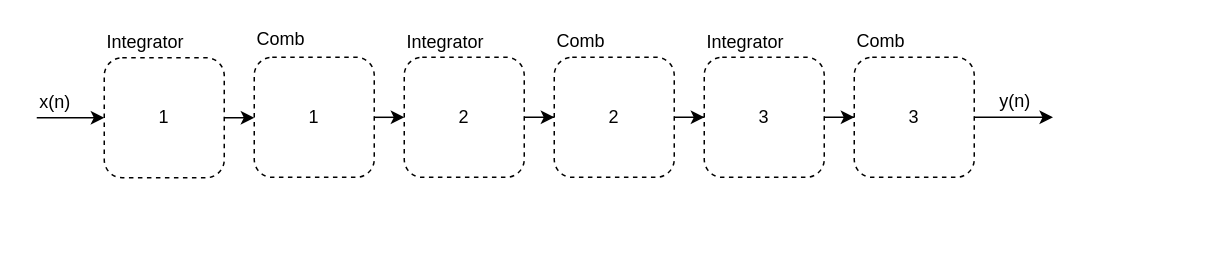
Above: page "cascaded_integrators_and_combs" (4 of 8) of assets/pdm/moving_average_filters.drawio in tomverbeure/tomverbeure.github.io (draw.io), before the change. Source tidied: cells renumbered, new cells numbered last; positions are measured from the earlier drawing's top-left corner, leaving out a move shared by most shapes. Both pictures are drawn from the tidied source at 150%, with x=0, y=0 at pixel (28, 24).
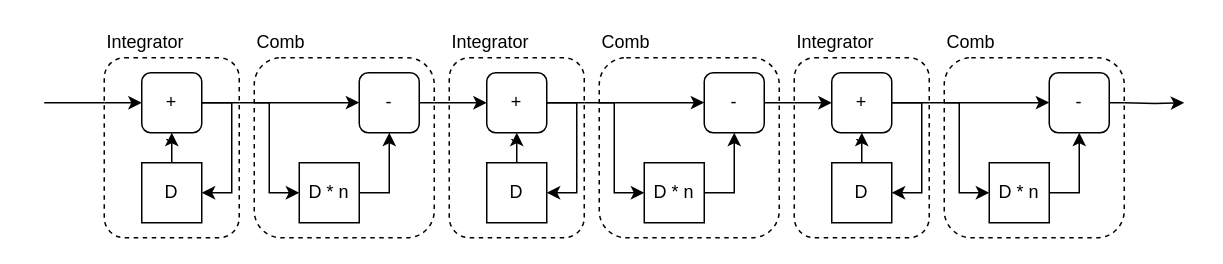
After the change.

Change to the diagram source:
```diff
@@
-    <mxCell id="2" style="edgeStyle=orthogonalEdgeStyle;rounded=0;jettySize=auto;html=1;exitX=1;exitY=0.5;exitDx=0;exitDy=0;" parent="1" edge="1" source="3" target="6">
-      <mxGeometry relative="1" as="geometry" />
-    </mxCell>
+    <mxCell id="26" style="edgeStyle=orthogonalEdgeStyle;rounded=0;orthogonalLoop=1;jettySize=auto;html=1;exitX=1;exitY=0.5;exitDx=0;exitDy=0;endArrow=classic;endFill=1;" parent="1" edge="1">
+      <mxGeometry relative="1" as="geometry">
+        <mxPoint x="730" y="52" as="sourcePoint" />
+        <mxPoint x="770" y="52" as="targetPoint" />
+      </mxGeometry>
+    </mxCell>
+    <mxCell id="27" style="group;" parent="1" vertex="1">
+      <mxGeometry x="50" y="2" width="100" height="140" as="geometry" />
+    </mxCell>
+    <mxCell id="4" value="Integrator" style="text;html=1;strokeColor=none;fillColor=none;align=left;verticalAlign=middle;whiteSpace=wrap;rounded=0;dashed=1;" parent="27" vertex="1">
+      <mxGeometry width="90" height="20" as="geometry" />
+    </mxCell>
+    <mxCell id="28" style="group;" parent="27" vertex="1">
+      <mxGeometry y="30" width="100" height="110" as="geometry" />
+    </mxCell>
+    <mxCell id="29" style="group;" parent="28" vertex="1">
+      <mxGeometry width="100" height="110" as="geometry" />
+    </mxCell>
-    <mxCell id="3" value="1" style="rounded=1;whiteSpace=wrap;html=1;fillColor=none;dashed=1;" parent="1" vertex="1">
-      <mxGeometry x="50" y="22" width="80" height="80" as="geometry" />
+    <mxCell id="3" value="``" style="rounded=1;whiteSpace=wrap;html=1;fillColor=none;dashed=1;" parent="29" vertex="1">
+      <mxGeometry y="-10" width="90" height="120" as="geometry" />
     </mxCell>
-    <mxCell id="4" value="Integrator" style="text;html=1;strokeColor=none;fillColor=none;align=left;verticalAlign=middle;whiteSpace=wrap;rounded=0;dashed=1;" parent="1" vertex="1">
-      <mxGeometry x="50" y="2" width="100" height="20" as="geometry" />
-    </mxCell>
-    <mxCell id="5" style="edgeStyle=orthogonalEdgeStyle;rounded=0;jettySize=auto;html=1;exitX=1;exitY=0.5;exitDx=0;exitDy=0;entryX=0;entryY=0.5;entryDx=0;entryDy=0;" parent="1" edge="1" source="6" target="12">
-      <mxGeometry relative="1" as="geometry" />
-    </mxCell>
-    <mxCell id="6" value="1" style="rounded=1;whiteSpace=wrap;html=1;fillColor=none;dashed=1;" parent="1" vertex="1">
-      <mxGeometry x="150" y="21.7" width="80" height="80" as="geometry" />
-    </mxCell>
-    <mxCell id="7" value="Comb" style="text;html=1;strokeColor=none;fillColor=none;align=left;verticalAlign=middle;whiteSpace=wrap;rounded=0;dashed=1;" parent="1" vertex="1">
-      <mxGeometry x="150" y="0.1" width="100" height="20" as="geometry" />
-    </mxCell>
-    <mxCell id="8" value="x(n)" style="text;html=1;strokeColor=none;fillColor=none;align=center;verticalAlign=middle;whiteSpace=wrap;rounded=0;" parent="1" vertex="1">
-      <mxGeometry y="42" width="35" height="20" as="geometry" />
-    </mxCell>
-    <mxCell id="9" style="edgeStyle=orthogonalEdgeStyle;rounded=0;orthogonalLoop=1;jettySize=auto;html=1;" parent="1" edge="1">
-      <mxGeometry relative="1" as="geometry">
-        <mxPoint x="5" y="62" as="sourcePoint" />
-        <mxPoint x="50" y="62" as="targetPoint" />
-        <Array as="points">
-          <mxPoint x="25" y="62" />
-        </Array>
-      </mxGeometry>
-    </mxCell>
-    <mxCell id="10" style="edgeStyle=orthogonalEdgeStyle;rounded=0;orthogonalLoop=1;jettySize=auto;html=1;exitX=0.5;exitY=1;exitDx=0;exitDy=0;" parent="1" edge="1" source="6" target="6">
-      <mxGeometry relative="1" as="geometry" />
-    </mxCell>
-    <mxCell id="11" style="edgeStyle=orthogonalEdgeStyle;rounded=0;jettySize=auto;html=1;" parent="1" edge="1" source="12" target="15">
-      <mxGeometry relative="1" as="geometry" />
-    </mxCell>
-    <mxCell id="12" value="2" style="rounded=1;whiteSpace=wrap;html=1;fillColor=none;dashed=1;" parent="1" vertex="1">
-      <mxGeometry x="250" y="21.7" width="80" height="80" as="geometry" />
-    </mxCell>
-    <mxCell id="13" value="Integrator" style="text;html=1;strokeColor=none;fillColor=none;align=left;verticalAlign=middle;whiteSpace=wrap;rounded=0;dashed=1;" parent="1" vertex="1">
-      <mxGeometry x="250" y="1.7" width="100" height="20" as="geometry" />
-    </mxCell>
-    <mxCell id="14" style="edgeStyle=orthogonalEdgeStyle;rounded=0;jettySize=auto;html=1;" parent="1" edge="1" source="15" target="19">
-      <mxGeometry relative="1" as="geometry" />
-    </mxCell>
-    <mxCell id="15" value="2" style="rounded=1;whiteSpace=wrap;html=1;fillColor=none;dashed=1;" parent="1" vertex="1">
-      <mxGeometry x="350" y="21.7" width="80" height="80" as="geometry" />
-    </mxCell>
-    <mxCell id="16" value="Comb" style="text;html=1;strokeColor=none;fillColor=none;align=left;verticalAlign=middle;whiteSpace=wrap;rounded=0;dashed=1;" parent="1" vertex="1">
-      <mxGeometry x="350" y="0.9" width="100" height="20" as="geometry" />
-    </mxCell>
-    <mxCell id="17" style="edgeStyle=orthogonalEdgeStyle;rounded=0;orthogonalLoop=1;jettySize=auto;html=1;exitX=0.5;exitY=1;exitDx=0;exitDy=0;" parent="1" edge="1" source="15" target="15">
-      <mxGeometry relative="1" as="geometry" />
-    </mxCell>
-    <mxCell id="18" style="edgeStyle=orthogonalEdgeStyle;rounded=0;jettySize=auto;html=1;" parent="1" edge="1" source="19" target="21">
-      <mxGeometry relative="1" as="geometry" />
-    </mxCell>
-    <mxCell id="19" value="3" style="rounded=1;whiteSpace=wrap;html=1;fillColor=none;dashed=1;" parent="1" vertex="1">
-      <mxGeometry x="450" y="21.7" width="80" height="80" as="geometry" />
-    </mxCell>
-    <mxCell id="20" value="Integrator" style="text;html=1;strokeColor=none;fillColor=none;align=left;verticalAlign=middle;whiteSpace=wrap;rounded=0;dashed=1;" parent="1" vertex="1">
-      <mxGeometry x="450" y="1.7" width="100" height="20" as="geometry" />
-    </mxCell>
-    <mxCell id="21" value="3" style="rounded=1;whiteSpace=wrap;html=1;fillColor=none;dashed=1;" parent="1" vertex="1">
-      <mxGeometry x="550" y="21.7" width="80" height="80" as="geometry" />
-    </mxCell>
-    <mxCell id="22" value="Comb" style="text;html=1;strokeColor=none;fillColor=none;align=left;verticalAlign=middle;whiteSpace=wrap;rounded=0;dashed=1;" parent="1" vertex="1">
-      <mxGeometry x="550" y="0.9" width="100" height="20" as="geometry" />
-    </mxCell>
-    <mxCell id="23" style="edgeStyle=orthogonalEdgeStyle;rounded=0;orthogonalLoop=1;jettySize=auto;html=1;exitX=0.5;exitY=1;exitDx=0;exitDy=0;" parent="1" edge="1" source="21" target="21">
-      <mxGeometry relative="1" as="geometry" />
-    </mxCell>
-    <mxCell id="24" style="edgeStyle=orthogonalEdgeStyle;rounded=0;orthogonalLoop=1;jettySize=auto;html=1;exitX=1;exitY=0.5;exitDx=0;exitDy=0;" parent="1" edge="1">
-      <mxGeometry relative="1" as="geometry">
-        <mxPoint x="630" y="61.7" as="sourcePoint" />
-        <mxPoint x="682.5" y="61.7" as="targetPoint" />
-      </mxGeometry>
-    </mxCell>
-    <mxCell id="25" value="y(n)" style="text;html=1;strokeColor=none;fillColor=none;align=center;verticalAlign=middle;whiteSpace=wrap;rounded=0;" parent="1" vertex="1">
-      <mxGeometry x="640" y="40.9" width="35" height="20" as="geometry" />
-    </mxCell>
+    <mxCell id="30" style="edgeStyle=orthogonalEdgeStyle;rounded=0;jettySize=auto;html=1;exitX=1;exitY=0.5;exitDx=0;exitDy=0;entryX=1;entryY=0.25;entryDx=0;entryDy=0;endArrow=none;endFill=0;" parent="29" edge="1" source="31" target="3">
+      <mxGeometry relative="1" as="geometry" />
+    </mxCell>
+    <mxCell id="31" value="+" style="rounded=1;whiteSpace=wrap;html=1;" parent="29" vertex="1">
+      <mxGeometry x="25" width="40" height="40" as="geometry" />
+    </mxCell>
+    <mxCell id="32" style="edgeStyle=orthogonalEdgeStyle;rounded=0;jettySize=auto;html=1;exitX=0.5;exitY=0;exitDx=0;exitDy=0;entryX=0.5;entryY=1;entryDx=0;entryDy=0;" parent="29" edge="1" source="33" target="31">
+      <mxGeometry relative="1" as="geometry" />
+    </mxCell>
+    <mxCell id="33" value="D" style="rounded=0;whiteSpace=wrap;html=1;" parent="29" vertex="1">
+      <mxGeometry x="25" y="60" width="40" height="40" as="geometry" />
+    </mxCell>
+    <mxCell id="34" style="edgeStyle=orthogonalEdgeStyle;rounded=0;jettySize=auto;html=1;exitX=1;exitY=0.5;exitDx=0;exitDy=0;entryX=1;entryY=0.5;entryDx=0;entryDy=0;" parent="29" edge="1" source="31" target="33">
+      <mxGeometry relative="1" as="geometry" />
+    </mxCell>
+    <mxCell id="35" style="edgeStyle=orthogonalEdgeStyle;rounded=0;orthogonalLoop=1;jettySize=auto;html=1;" parent="29" edge="1">
+      <mxGeometry relative="1" as="geometry">
+        <mxPoint y="20" as="sourcePoint" />
+        <mxPoint x="25" y="20" as="targetPoint" />
+        <Array as="points">
+          <mxPoint y="20" />
+        </Array>
+      </mxGeometry>
+    </mxCell>
+    <mxCell id="36" style="group;" parent="1" vertex="1">
+      <mxGeometry x="280" y="2" width="100" height="140" as="geometry" />
+    </mxCell>
+    <mxCell id="37" value="Integrator" style="text;html=1;strokeColor=none;fillColor=none;align=left;verticalAlign=middle;whiteSpace=wrap;rounded=0;dashed=1;" parent="36" vertex="1">
+      <mxGeometry width="90" height="20" as="geometry" />
+    </mxCell>
+    <mxCell id="38" style="group;" parent="36" vertex="1">
+      <mxGeometry y="30" width="100" height="110" as="geometry" />
+    </mxCell>
+    <mxCell id="39" style="group;" parent="38" vertex="1">
+      <mxGeometry width="100" height="110" as="geometry" />
+    </mxCell>
+    <mxCell id="40" value="``" style="rounded=1;whiteSpace=wrap;html=1;fillColor=none;dashed=1;" parent="39" vertex="1">
+      <mxGeometry y="-10" width="90" height="120" as="geometry" />
+    </mxCell>
+    <mxCell id="41" style="edgeStyle=orthogonalEdgeStyle;rounded=0;jettySize=auto;html=1;exitX=1;exitY=0.5;exitDx=0;exitDy=0;entryX=1;entryY=0.25;entryDx=0;entryDy=0;endArrow=none;endFill=0;" parent="39" edge="1" source="42" target="40">
+      <mxGeometry relative="1" as="geometry" />
+    </mxCell>
+    <mxCell id="42" value="+" style="rounded=1;whiteSpace=wrap;html=1;" parent="39" vertex="1">
+      <mxGeometry x="25" width="40" height="40" as="geometry" />
+    </mxCell>
+    <mxCell id="43" style="edgeStyle=orthogonalEdgeStyle;rounded=0;jettySize=auto;html=1;exitX=0.5;exitY=0;exitDx=0;exitDy=0;entryX=0.5;entryY=1;entryDx=0;entryDy=0;" parent="39" edge="1" source="44" target="42">
+      <mxGeometry relative="1" as="geometry" />
+    </mxCell>
+    <mxCell id="44" value="D" style="rounded=0;whiteSpace=wrap;html=1;" parent="39" vertex="1">
+      <mxGeometry x="25" y="60" width="40" height="40" as="geometry" />
+    </mxCell>
+    <mxCell id="45" style="edgeStyle=orthogonalEdgeStyle;rounded=0;jettySize=auto;html=1;exitX=1;exitY=0.5;exitDx=0;exitDy=0;entryX=1;entryY=0.5;entryDx=0;entryDy=0;" parent="39" edge="1" source="42" target="44">
+      <mxGeometry relative="1" as="geometry" />
+    </mxCell>
+    <mxCell id="46" style="edgeStyle=orthogonalEdgeStyle;rounded=0;orthogonalLoop=1;jettySize=auto;html=1;" parent="39" edge="1">
+      <mxGeometry relative="1" as="geometry">
+        <mxPoint y="20" as="sourcePoint" />
+        <mxPoint x="25" y="20" as="targetPoint" />
+        <Array as="points">
+          <mxPoint y="20" />
+        </Array>
+      </mxGeometry>
+    </mxCell>
+    <mxCell id="47" style="group;" parent="1" vertex="1">
+      <mxGeometry x="510" y="2" width="100" height="140" as="geometry" />
+    </mxCell>
+    <mxCell id="48" value="Integrator" style="text;html=1;strokeColor=none;fillColor=none;align=left;verticalAlign=middle;whiteSpace=wrap;rounded=0;dashed=1;" parent="47" vertex="1">
+      <mxGeometry width="90" height="20" as="geometry" />
+    </mxCell>
+    <mxCell id="49" style="group;" parent="47" vertex="1">
+      <mxGeometry y="30" width="100" height="110" as="geometry" />
+    </mxCell>
+    <mxCell id="50" style="group;" parent="49" vertex="1">
+      <mxGeometry width="100" height="110" as="geometry" />
+    </mxCell>
+    <mxCell id="51" value="``" style="rounded=1;whiteSpace=wrap;html=1;fillColor=none;dashed=1;" parent="50" vertex="1">
+      <mxGeometry y="-10" width="90" height="120" as="geometry" />
+    </mxCell>
+    <mxCell id="52" style="edgeStyle=orthogonalEdgeStyle;rounded=0;jettySize=auto;html=1;exitX=1;exitY=0.5;exitDx=0;exitDy=0;entryX=1;entryY=0.25;entryDx=0;entryDy=0;endArrow=none;endFill=0;" parent="50" edge="1" source="53" target="51">
+      <mxGeometry relative="1" as="geometry" />
+    </mxCell>
+    <mxCell id="53" value="+" style="rounded=1;whiteSpace=wrap;html=1;" parent="50" vertex="1">
+      <mxGeometry x="25" width="40" height="40" as="geometry" />
+    </mxCell>
+    <mxCell id="54" style="edgeStyle=orthogonalEdgeStyle;rounded=0;jettySize=auto;html=1;exitX=0.5;exitY=0;exitDx=0;exitDy=0;entryX=0.5;entryY=1;entryDx=0;entryDy=0;" parent="50" edge="1" source="55" target="53">
+      <mxGeometry relative="1" as="geometry" />
+    </mxCell>
+    <mxCell id="55" value="D" style="rounded=0;whiteSpace=wrap;html=1;" parent="50" vertex="1">
+      <mxGeometry x="25" y="60" width="40" height="40" as="geometry" />
+    </mxCell>
+    <mxCell id="56" style="edgeStyle=orthogonalEdgeStyle;rounded=0;jettySize=auto;html=1;exitX=1;exitY=0.5;exitDx=0;exitDy=0;entryX=1;entryY=0.5;entryDx=0;entryDy=0;" parent="50" edge="1" source="53" target="55">
+      <mxGeometry relative="1" as="geometry" />
+    </mxCell>
+    <mxCell id="57" style="edgeStyle=orthogonalEdgeStyle;rounded=0;orthogonalLoop=1;jettySize=auto;html=1;" parent="50" edge="1">
+      <mxGeometry relative="1" as="geometry">
+        <mxPoint y="20" as="sourcePoint" />
+        <mxPoint x="25" y="20" as="targetPoint" />
+        <Array as="points">
+          <mxPoint y="20" />
+        </Array>
+      </mxGeometry>
+    </mxCell>
+    <mxCell id="58" style="edgeStyle=orthogonalEdgeStyle;rounded=0;jettySize=auto;html=1;exitX=1;exitY=0.25;exitDx=0;exitDy=0;endArrow=none;endFill=0;" parent="1" edge="1" source="3">
+      <mxGeometry relative="1" as="geometry">
+        <mxPoint x="150" y="52.2" as="targetPoint" />
+      </mxGeometry>
+    </mxCell>
+    <mxCell id="59" style="group;" parent="1" vertex="1">
+      <mxGeometry x="610" y="2" width="120" height="140" as="geometry" />
+    </mxCell>
+    <mxCell id="60" value="Comb" style="text;html=1;strokeColor=none;fillColor=none;align=left;verticalAlign=middle;whiteSpace=wrap;rounded=0;dashed=1;" parent="59" vertex="1">
+      <mxGeometry width="90" height="20" as="geometry" />
+    </mxCell>
+    <mxCell id="61" style="rounded=1;whiteSpace=wrap;html=1;fillColor=none;dashed=1;" parent="59" vertex="1">
+      <mxGeometry y="20" width="120" height="120" as="geometry" />
+    </mxCell>
+    <mxCell id="62" style="group;" parent="59" vertex="1">
+      <mxGeometry x="10" y="30" width="100" height="100" as="geometry" />
+    </mxCell>
+    <mxCell id="63" value="-" style="rounded=1;whiteSpace=wrap;html=1;" parent="62" vertex="1">
+      <mxGeometry x="60" width="40" height="40" as="geometry" />
+    </mxCell>
+    <mxCell id="64" style="edgeStyle=orthogonalEdgeStyle;rounded=0;jettySize=auto;html=1;exitX=0.077;exitY=0.25;exitDx=0;exitDy=0;entryX=0;entryY=0.5;entryDx=0;entryDy=0;exitPerimeter=0;" parent="62" edge="1" target="66">
+      <mxGeometry relative="1" as="geometry">
+        <mxPoint x="-10" y="20" as="sourcePoint" />
+        <Array as="points">
+          <mxPoint y="20" />
+          <mxPoint y="80" />
+        </Array>
+      </mxGeometry>
+    </mxCell>
+    <mxCell id="65" style="edgeStyle=orthogonalEdgeStyle;rounded=0;jettySize=auto;html=1;exitX=1;exitY=0.5;exitDx=0;exitDy=0;entryX=0.5;entryY=1;entryDx=0;entryDy=0;" parent="62" edge="1" source="66" target="63">
+      <mxGeometry relative="1" as="geometry" />
+    </mxCell>
+    <mxCell id="66" value="D * n" style="rounded=0;whiteSpace=wrap;html=1;" parent="62" vertex="1">
+      <mxGeometry x="20" y="60" width="40" height="40" as="geometry" />
+    </mxCell>
+    <mxCell id="67" style="edgeStyle=orthogonalEdgeStyle;rounded=0;orthogonalLoop=1;jettySize=auto;html=1;entryX=0;entryY=0.5;entryDx=0;entryDy=0;" parent="62" edge="1">
+      <mxGeometry relative="1" as="geometry">
+        <mxPoint x="-10" y="20" as="sourcePoint" />
+        <mxPoint x="60" y="19.9" as="targetPoint" />
+        <Array as="points">
+          <mxPoint x="40" y="20" />
+          <mxPoint x="40" y="20" />
+        </Array>
+      </mxGeometry>
+    </mxCell>
+    <mxCell id="68" style="edgeStyle=orthogonalEdgeStyle;rounded=0;jettySize=auto;html=1;exitX=1;exitY=0.5;exitDx=0;exitDy=0;entryX=1;entryY=0.25;entryDx=0;entryDy=0;endArrow=none;endFill=0;" parent="59" edge="1" source="63" target="61">
+      <mxGeometry relative="1" as="geometry" />
+    </mxCell>
+    <mxCell id="69" style="group;" parent="1" vertex="1">
+      <mxGeometry x="380" y="2" width="120" height="140" as="geometry" />
+    </mxCell>
+    <mxCell id="70" value="Comb" style="text;html=1;strokeColor=none;fillColor=none;align=left;verticalAlign=middle;whiteSpace=wrap;rounded=0;dashed=1;" parent="69" vertex="1">
+      <mxGeometry width="90" height="20" as="geometry" />
+    </mxCell>
+    <mxCell id="71" style="rounded=1;whiteSpace=wrap;html=1;fillColor=none;dashed=1;" parent="69" vertex="1">
+      <mxGeometry y="20" width="120" height="120" as="geometry" />
+    </mxCell>
+    <mxCell id="72" style="group;" parent="69" vertex="1">
+      <mxGeometry x="10" y="30" width="100" height="100" as="geometry" />
+    </mxCell>
+    <mxCell id="73" value="-" style="rounded=1;whiteSpace=wrap;html=1;" parent="72" vertex="1">
+      <mxGeometry x="60" width="40" height="40" as="geometry" />
+    </mxCell>
+    <mxCell id="74" style="edgeStyle=orthogonalEdgeStyle;rounded=0;jettySize=auto;html=1;exitX=0.077;exitY=0.25;exitDx=0;exitDy=0;entryX=0;entryY=0.5;entryDx=0;entryDy=0;exitPerimeter=0;" parent="72" edge="1" target="76">
+      <mxGeometry relative="1" as="geometry">
+        <mxPoint x="-10" y="20" as="sourcePoint" />
+        <Array as="points">
+          <mxPoint y="20" />
+          <mxPoint y="80" />
+        </Array>
+      </mxGeometry>
+    </mxCell>
+    <mxCell id="75" style="edgeStyle=orthogonalEdgeStyle;rounded=0;jettySize=auto;html=1;exitX=1;exitY=0.5;exitDx=0;exitDy=0;entryX=0.5;entryY=1;entryDx=0;entryDy=0;" parent="72" edge="1" source="76" target="73">
+      <mxGeometry relative="1" as="geometry" />
+    </mxCell>
+    <mxCell id="76" value="D * n" style="rounded=0;whiteSpace=wrap;html=1;" parent="72" vertex="1">
+      <mxGeometry x="20" y="60" width="40" height="40" as="geometry" />
+    </mxCell>
+    <mxCell id="77" style="edgeStyle=orthogonalEdgeStyle;rounded=0;orthogonalLoop=1;jettySize=auto;html=1;entryX=0;entryY=0.5;entryDx=0;entryDy=0;" parent="72" edge="1">
+      <mxGeometry relative="1" as="geometry">
+        <mxPoint x="-10" y="20" as="sourcePoint" />
+        <mxPoint x="60" y="19.9" as="targetPoint" />
+        <Array as="points">
+          <mxPoint x="40" y="20" />
+          <mxPoint x="40" y="20" />
+        </Array>
+      </mxGeometry>
+    </mxCell>
+    <mxCell id="78" style="group;" parent="1" vertex="1">
+      <mxGeometry x="150" y="2" width="120" height="140" as="geometry" />
+    </mxCell>
+    <mxCell id="79" value="Comb" style="text;html=1;strokeColor=none;fillColor=none;align=left;verticalAlign=middle;whiteSpace=wrap;rounded=0;dashed=1;" parent="78" vertex="1">
+      <mxGeometry width="90" height="20" as="geometry" />
+    </mxCell>
+    <mxCell id="80" style="rounded=1;whiteSpace=wrap;html=1;fillColor=none;dashed=1;" parent="78" vertex="1">
+      <mxGeometry y="20" width="120" height="120" as="geometry" />
+    </mxCell>
+    <mxCell id="81" style="group;" parent="78" vertex="1">
+      <mxGeometry x="10" y="30" width="100" height="100" as="geometry" />
+    </mxCell>
+    <mxCell id="82" value="-" style="rounded=1;whiteSpace=wrap;html=1;" parent="81" vertex="1">
+      <mxGeometry x="60" width="40" height="40" as="geometry" />
+    </mxCell>
+    <mxCell id="83" style="edgeStyle=orthogonalEdgeStyle;rounded=0;jettySize=auto;html=1;exitX=0.077;exitY=0.25;exitDx=0;exitDy=0;entryX=0;entryY=0.5;entryDx=0;entryDy=0;exitPerimeter=0;" parent="81" edge="1" target="85">
+      <mxGeometry relative="1" as="geometry">
+        <mxPoint x="-10" y="20" as="sourcePoint" />
+        <Array as="points">
+          <mxPoint y="20" />
+          <mxPoint y="80" />
+        </Array>
+      </mxGeometry>
+    </mxCell>
+    <mxCell id="84" style="edgeStyle=orthogonalEdgeStyle;rounded=0;jettySize=auto;html=1;exitX=1;exitY=0.5;exitDx=0;exitDy=0;entryX=0.5;entryY=1;entryDx=0;entryDy=0;" parent="81" edge="1" source="85" target="82">
+      <mxGeometry relative="1" as="geometry" />
+    </mxCell>
+    <mxCell id="85" value="D * n" style="rounded=0;whiteSpace=wrap;html=1;" parent="81" vertex="1">
+      <mxGeometry x="20" y="60" width="40" height="40" as="geometry" />
+    </mxCell>
+    <mxCell id="86" style="edgeStyle=orthogonalEdgeStyle;rounded=0;orthogonalLoop=1;jettySize=auto;html=1;entryX=0;entryY=0.5;entryDx=0;entryDy=0;" parent="81" edge="1">
+      <mxGeometry relative="1" as="geometry">
+        <mxPoint x="-10" y="20" as="sourcePoint" />
+        <mxPoint x="60" y="19.9" as="targetPoint" />
+        <Array as="points">
+          <mxPoint x="40" y="20" />
+          <mxPoint x="40" y="20" />
+        </Array>
+      </mxGeometry>
+    </mxCell>
+    <mxCell id="87" style="edgeStyle=orthogonalEdgeStyle;rounded=0;jettySize=auto;html=1;exitX=1;exitY=0.5;exitDx=0;exitDy=0;entryX=1;entryY=0.25;entryDx=0;entryDy=0;endArrow=none;endFill=0;" parent="78" edge="1" source="82" target="80">
+      <mxGeometry relative="1" as="geometry" />
+    </mxCell>
+    <mxCell id="88" style="edgeStyle=orthogonalEdgeStyle;rounded=0;jettySize=auto;html=1;exitX=1;exitY=0.25;exitDx=0;exitDy=0;endArrow=none;endFill=0;" parent="1" edge="1" source="80">
+      <mxGeometry relative="1" as="geometry">
+        <mxPoint x="280" y="52.1" as="targetPoint" />
+      </mxGeometry>
+    </mxCell>
+    <mxCell id="89" style="edgeStyle=orthogonalEdgeStyle;rounded=0;jettySize=auto;html=1;exitX=1;exitY=0.25;exitDx=0;exitDy=0;endArrow=none;endFill=0;" parent="1" edge="1" source="40">
+      <mxGeometry relative="1" as="geometry">
+        <mxPoint x="380" y="52.1" as="targetPoint" />
+      </mxGeometry>
+    </mxCell>
+    <mxCell id="90" style="edgeStyle=orthogonalEdgeStyle;rounded=0;jettySize=auto;html=1;exitX=1;exitY=0.5;exitDx=0;exitDy=0;entryX=0;entryY=0.25;entryDx=0;entryDy=0;endArrow=none;endFill=0;" parent="1" edge="1" source="73" target="51">
+      <mxGeometry relative="1" as="geometry" />
+    </mxCell>
+    <mxCell id="91" style="edgeStyle=orthogonalEdgeStyle;rounded=0;jettySize=auto;html=1;exitX=1;exitY=0.25;exitDx=0;exitDy=0;entryX=0;entryY=0.25;entryDx=0;entryDy=0;endArrow=none;endFill=0;" parent="1" edge="1" source="51" target="61">
+      <mxGeometry relative="1" as="geometry" />
+    </mxCell>
+    <mxCell id="92" style="edgeStyle=orthogonalEdgeStyle;rounded=0;jettySize=auto;html=1;exitX=0;exitY=0.25;exitDx=0;exitDy=0;endArrow=none;endFill=0;" parent="1" edge="1" source="3">
+      <mxGeometry relative="1" as="geometry">
+        <mxPoint x="10" y="52" as="targetPoint" />
+      </mxGeometry>
+    </mxCell>
```
